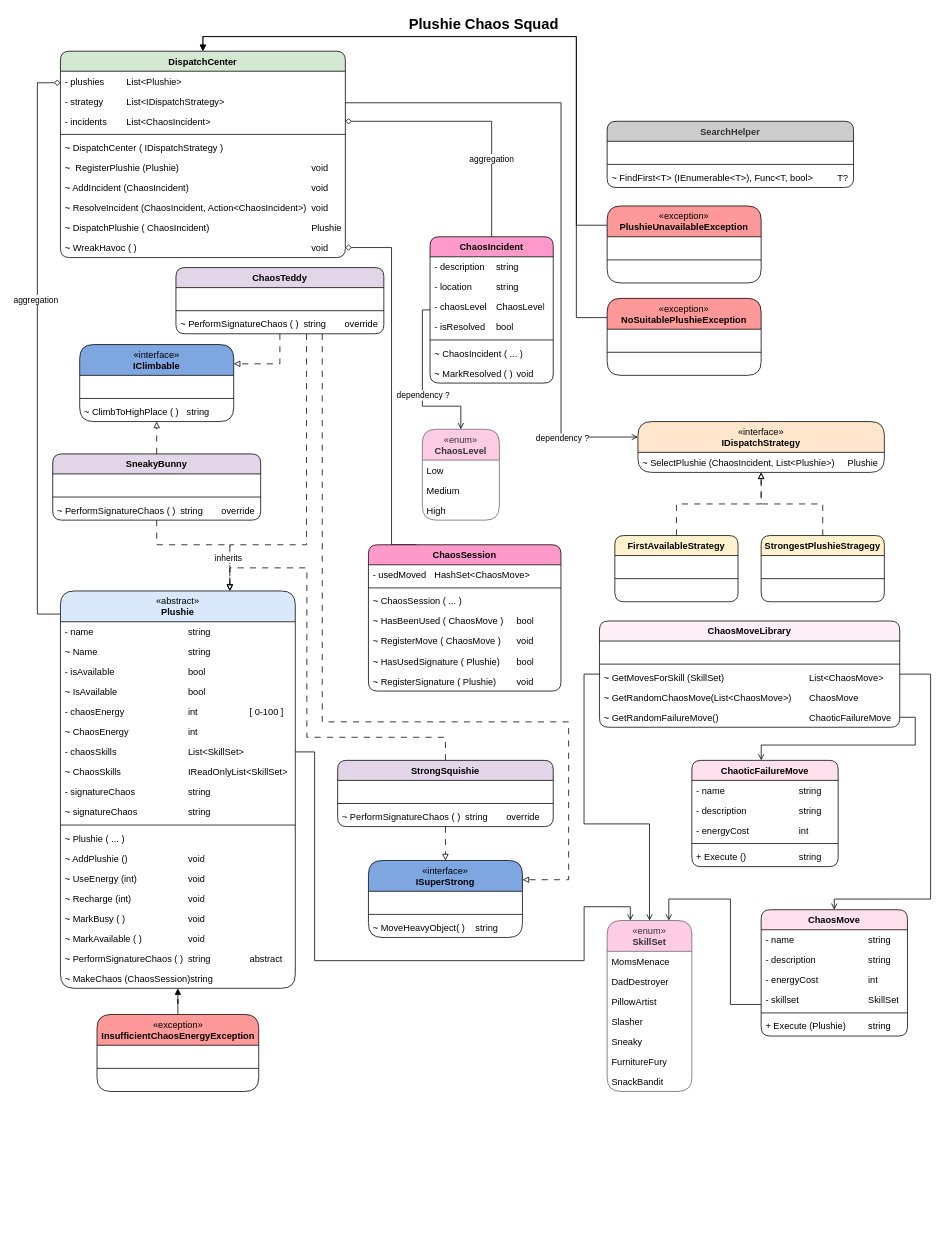
Earlier version of the draw.io diagram Documents/PlushieChaosSquad.drawio (pxxlpxxi/PlushieChaosSquad). Source tidied: cells renumbered, new cells numbered last; positions are measured from the earlier drawing's top-left corner, leaving out a move shared by most shapes. Both pictures are drawn from the tidied source at 77%, with x=0, y=0 at pixel (37, 13).
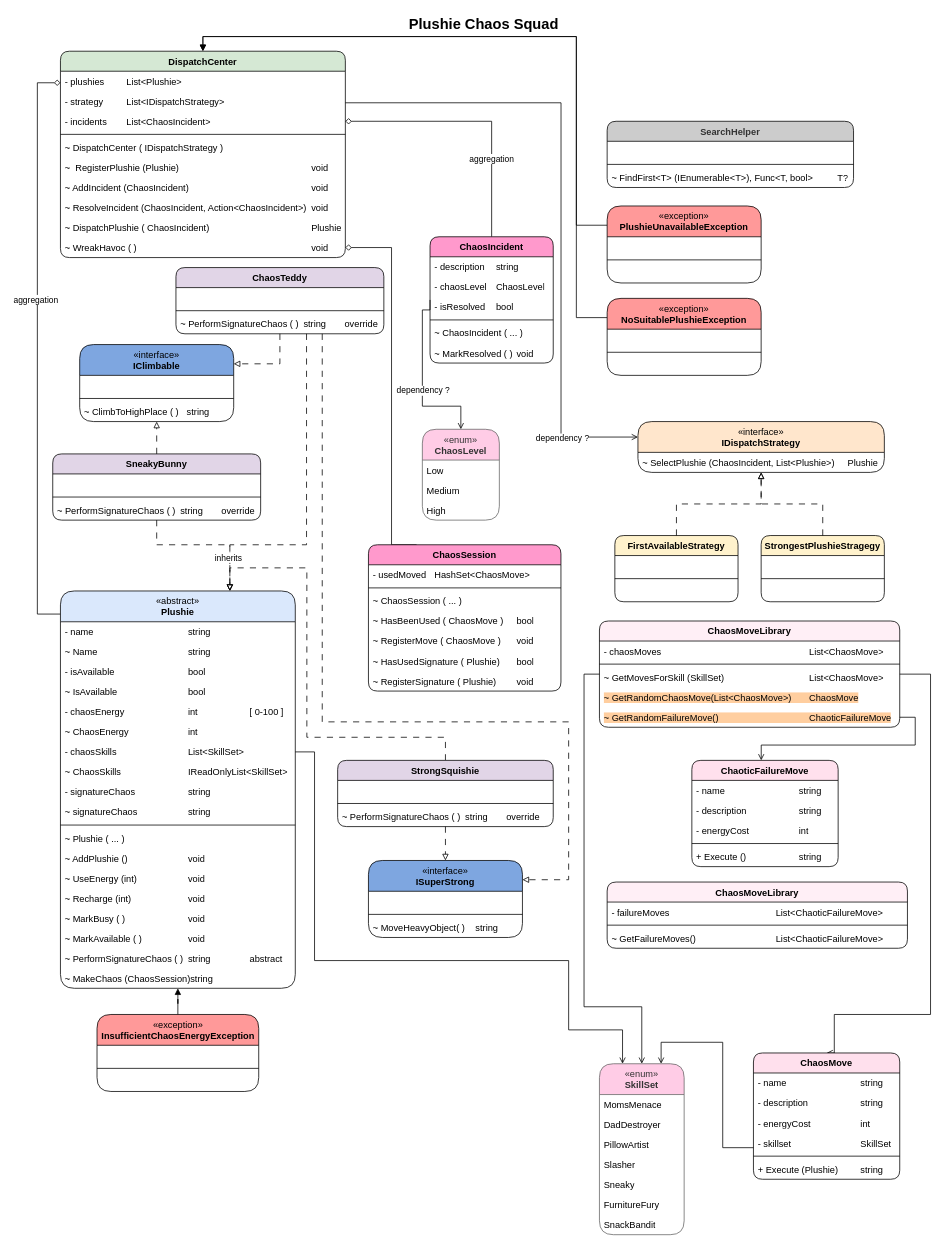
The same page after the edit.

Commit message (it also covers changes not shown here):
Updated UML diagram

The change refers to these unchanged cells:
```xml
<mxCell id="11" value="- chaosSkills&lt;span style=&quot;white-space: pre;&quot;&gt;&#9;&lt;/span&gt;&lt;span style=&quot;white-space: pre;&quot;&gt;&#9;&lt;span style=&quot;white-space: pre;&quot;&gt;&#9;&lt;span style=&quot;white-space: pre;&quot;&gt;&#9;&lt;/span&gt;List&amp;lt;SkillSet&amp;gt;&lt;/span&gt;&lt;/span&gt;" style="text;strokeColor=none;fillColor=none;align=left;verticalAlign=top;spacingLeft=4;spacingRight=4;overflow=hidden;points=[[0,0.5],[1,0.5]];portConstraint=eastwest;whiteSpace=wrap;html=1;" parent="4" vertex="1">
  <mxGeometry y="196" width="305" height="26" as="geometry" />
</mxCell>
<mxCell id="124" value="ChaoticFailureMove" style="swimlane;fontStyle=1;align=center;verticalAlign=top;horizontal=1;startSize=26;whiteSpace=wrap;html=1;rounded=1;fillColor=#FFE0ED;strokeColor=#000000;" parent="1" vertex="1">
  <mxGeometry x="850" y="970" width="190" height="138" as="geometry" />
</mxCell>
<mxCell id="132" value="ChaosMoveLibrary" style="swimlane;fontStyle=1;align=center;verticalAlign=top;horizontal=1;startSize=26;whiteSpace=wrap;html=1;rounded=1;fillColor=#FFEFF6;strokeColor=#000000;" parent="1" vertex="1">
  <mxGeometry x="730" y="789" width="390" height="138" as="geometry" />
</mxCell>
```

Diff of the diagram source:
```diff
@@
     <mxCell id="53" value="ChaosIncident" style="swimlane;fontStyle=1;align=center;verticalAlign=top;horizontal=1;startSize=26;whiteSpace=wrap;html=1;rounded=1;fillColor=#FF99CC;strokeColor=#000000;" parent="1" vertex="1">
-      <mxGeometry x="510" y="290" width="160" height="190" as="geometry" />
+      <mxGeometry x="510" y="290" width="160" height="164" as="geometry" />
     </mxCell>
@@
-    <mxCell id="55" value="- location&lt;span style=&quot;white-space: pre;&quot;&gt;&#9;&lt;/span&gt;&lt;span style=&quot;white-space: pre;&quot;&gt;&#9;&lt;/span&gt;string" style="text;strokeColor=none;fillColor=none;align=left;verticalAlign=top;spacingLeft=4;spacingRight=4;overflow=hidden;whiteSpace=wrap;html=1;" parent="53" vertex="1">
-      <mxGeometry y="52" width="160" height="26" as="geometry" />
-    </mxCell>
     <mxCell id="56" value="- chaosLevel&lt;span style=&quot;white-space: pre;&quot;&gt;&#9;&lt;/span&gt;ChaosLevel" style="text;strokeColor=none;fillColor=none;align=left;verticalAlign=top;spacingLeft=4;spacingRight=4;overflow=hidden;whiteSpace=wrap;html=1;" parent="53" vertex="1">
-      <mxGeometry y="78" width="160" height="26" as="geometry" />
+      <mxGeometry y="52" width="160" height="26" as="geometry" />
     </mxCell>
     <mxCell id="57" value="- isResolved&lt;span style=&quot;white-space: pre;&quot;&gt;&#9;&lt;/span&gt;bool" style="text;strokeColor=none;fillColor=none;align=left;verticalAlign=top;spacingLeft=4;spacingRight=4;overflow=hidden;whiteSpace=wrap;html=1;" parent="53" vertex="1">
-      <mxGeometry y="104" width="160" height="26" as="geometry" />
+      <mxGeometry y="78" width="160" height="26" as="geometry" />
     </mxCell>
     <mxCell id="58" style="line;strokeWidth=1;fillColor=none;align=left;verticalAlign=middle;spacingTop=-1;spacingLeft=3;spacingRight=3;labelPosition=right;strokeColor=inherit;" parent="53" vertex="1">
-      <mxGeometry y="130" width="160" height="8" as="geometry" />
+      <mxGeometry y="104" width="160" height="8" as="geometry" />
     </mxCell>
     <mxCell id="59" value="~ ChaosIncident ( ... )" style="text;strokeColor=none;fillColor=none;align=left;verticalAlign=top;spacingLeft=4;spacingRight=4;overflow=hidden;whiteSpace=wrap;html=1;" parent="53" vertex="1">
-      <mxGeometry y="138" width="160" height="26" as="geometry" />
+      <mxGeometry y="112" width="160" height="26" as="geometry" />
     </mxCell>
     <mxCell id="60" value="~ MarkResolved ( )&lt;span style=&quot;white-space: pre;&quot;&gt;&#9;&lt;/span&gt;void" style="text;strokeColor=none;fillColor=none;align=left;verticalAlign=top;spacingLeft=4;spacingRight=4;overflow=hidden;whiteSpace=wrap;html=1;" parent="53" vertex="1">
-      <mxGeometry y="164" width="160" height="26" as="geometry" />
+      <mxGeometry y="138" width="160" height="26" as="geometry" />
     </mxCell>
@@
     <mxCell id="100" style="edgeStyle=orthogonalEdgeStyle;rounded=0;jettySize=auto;html=1;exitX=1;exitY=0.5;exitDx=0;exitDy=0;endArrow=open;endFill=0;" parent="1" edge="1" source="11" target="138">
       <mxGeometry relative="1" as="geometry">
         <Array as="points">
-          <mxPoint x="360.1" y="959" />
-          <mxPoint x="360.1" y="1230.1" />
-          <mxPoint x="710.1" y="1230.1" />
-          <mxPoint x="710.1" y="1160.1" />
-          <mxPoint x="770.1" y="1160.1" />
+          <mxPoint x="360" y="959" />
+          <mxPoint x="360" y="1230" />
+          <mxPoint x="690" y="1230" />
+          <mxPoint x="690" y="1320" />
+          <mxPoint x="760" y="1320" />
         </Array>
       </mxGeometry>
     </mxCell>
@@
     <mxCell id="130" style="edgeStyle=orthogonalEdgeStyle;rounded=0;jettySize=auto;html=1;exitX=0;exitY=0.5;exitDx=0;exitDy=0;endArrow=open;endFill=0;" parent="1" edge="1" source="132" target="138">
-      <mxGeometry relative="1" as="geometry" />
+      <mxGeometry relative="1" as="geometry">
+        <Array as="points">
+          <mxPoint x="710" y="858" />
+          <mxPoint x="710" y="1290" />
+          <mxPoint x="785" y="1290" />
+        </Array>
+      </mxGeometry>
     </mxCell>
     <mxCell id="131" style="edgeStyle=orthogonalEdgeStyle;rounded=0;jettySize=auto;html=1;exitX=1;exitY=0.5;exitDx=0;exitDy=0;entryX=0.5;entryY=0;entryDx=0;entryDy=0;endArrow=open;endFill=0;" parent="1" edge="1" source="132" target="146">
       <mxGeometry relative="1" as="geometry">
         <Array as="points">
-          <mxPoint x="1160.1" y="858.1" />
-          <mxPoint x="1160.1" y="1150.1" />
-          <mxPoint x="1035" y="1150.1" />
+          <mxPoint x="1160" y="858" />
+          <mxPoint x="1160" y="1300" />
+          <mxPoint x="1035" y="1300" />
+          <mxPoint x="1035" y="1350" />
         </Array>
       </mxGeometry>
     </mxCell>
@@
-    <mxCell id="133" value="&lt;div&gt;&lt;br&gt;&lt;/div&gt;" style="text;strokeColor=none;fillColor=none;align=left;verticalAlign=top;spacingLeft=4;spacingRight=4;overflow=hidden;whiteSpace=wrap;html=1;" parent="132" vertex="1">
+    <mxCell id="133" value="&lt;div&gt;- chaosMoves&lt;span style=&quot;white-space: pre;&quot;&gt;&#9;&lt;/span&gt;&lt;span style=&quot;white-space: pre;&quot;&gt;&#9;&lt;/span&gt;&lt;span style=&quot;white-space: pre;&quot;&gt;&#9;&lt;/span&gt;&lt;span style=&quot;white-space: pre;&quot;&gt;&#9;&lt;/span&gt;&lt;span style=&quot;white-space: pre;&quot;&gt;&#9;&lt;/span&gt;&lt;span style=&quot;white-space: pre;&quot;&gt;&#9;&lt;/span&gt;&lt;span style=&quot;white-space: pre;&quot;&gt;&#9;&lt;/span&gt;&lt;span style=&quot;white-space: pre;&quot;&gt;&#9;&lt;/span&gt;List&amp;lt;ChaosMove&amp;gt;&lt;/div&gt;" style="text;strokeColor=none;fillColor=none;align=left;verticalAlign=top;spacingLeft=4;spacingRight=4;overflow=hidden;whiteSpace=wrap;html=1;" parent="132" vertex="1">
       <mxGeometry y="26" width="390" height="26" as="geometry" />
     </mxCell>
@@
-    <mxCell id="136" value="~ GetRandomChaosMove(List&amp;lt;ChaosMove&amp;gt;)&lt;span style=&quot;background-color: transparent; color: light-dark(rgb(0, 0, 0), rgb(255, 255, 255)); white-space: pre;&quot;&gt;&#9;&lt;/span&gt;&lt;span style=&quot;background-color: transparent; color: light-dark(rgb(0, 0, 0), rgb(255, 255, 255));&quot;&gt;ChaosMove&lt;/span&gt;" style="text;strokeColor=none;fillColor=none;align=left;verticalAlign=top;spacingLeft=4;spacingRight=4;overflow=hidden;whiteSpace=wrap;html=1;" parent="132" vertex="1">
+    <mxCell id="136" value="~ GetRandomChaosMove(List&amp;lt;ChaosMove&amp;gt;)&lt;span style=&quot;color: light-dark(rgb(0, 0, 0), rgb(255, 255, 255)); white-space: pre;&quot;&gt;&#9;&lt;/span&gt;&lt;span style=&quot;color: light-dark(rgb(0, 0, 0), rgb(255, 255, 255));&quot;&gt;ChaosMove&lt;/span&gt;" style="text;strokeColor=none;fillColor=none;align=left;verticalAlign=top;spacingLeft=4;spacingRight=4;overflow=hidden;whiteSpace=wrap;html=1;labelBackgroundColor=#FFCE9F;" parent="132" vertex="1">
       <mxGeometry y="86" width="390" height="26" as="geometry" />
     </mxCell>
-    <mxCell id="137" value="~ GetRandomFailureMove()&lt;span style=&quot;white-space: pre;&quot;&gt;&#9;&lt;/span&gt;&lt;span style=&quot;white-space: pre;&quot;&gt;&lt;span style=&quot;white-space: pre;&quot;&gt;&#9;&lt;/span&gt;&lt;span style=&quot;white-space: pre;&quot;&gt;&#9;&lt;span style=&quot;white-space: pre;&quot;&gt;&#9;&lt;/span&gt;&lt;span style=&quot;white-space: pre;&quot;&gt;&#9;&lt;/span&gt;&lt;/span&gt;&lt;/span&gt;ChaoticFailureMove" style="text;strokeColor=none;fillColor=none;align=left;verticalAlign=top;spacingLeft=4;spacingRight=4;overflow=hidden;points=[[0,0.5],[1,0.5]];portConstraint=eastwest;whiteSpace=wrap;html=1;" parent="132" vertex="1">
+    <mxCell id="137" value="~ GetRandomFailureMove()&lt;span style=&quot;white-space: pre;&quot;&gt;&#9;&lt;/span&gt;&lt;span style=&quot;white-space: pre;&quot;&gt;&lt;span style=&quot;white-space: pre;&quot;&gt;&#9;&lt;/span&gt;&lt;span style=&quot;white-space: pre;&quot;&gt;&#9;&lt;span style=&quot;white-space: pre;&quot;&gt;&#9;&lt;/span&gt;&lt;span style=&quot;white-space: pre;&quot;&gt;&#9;&lt;/span&gt;&lt;/span&gt;&lt;/span&gt;ChaoticFailureMove" style="text;strokeColor=none;fillColor=none;align=left;verticalAlign=top;spacingLeft=4;spacingRight=4;overflow=hidden;points=[[0,0.5],[1,0.5]];portConstraint=eastwest;whiteSpace=wrap;html=1;labelBackgroundColor=#FFCE9F;" parent="132" vertex="1">
       <mxGeometry y="112" width="390" height="26" as="geometry" />
     </mxCell>
+    <mxCell id="154" style="edgeStyle=orthogonalEdgeStyle;rounded=0;jettySize=auto;html=1;exitX=1;exitY=0.5;exitDx=0;exitDy=0;endArrow=open;endFill=0;" parent="1" edge="1" source="137" target="124">
+      <mxGeometry relative="1" as="geometry">
+        <Array as="points">
+          <mxPoint x="1140.1" y="914.1" />
+          <mxPoint x="1140.1" y="950.1" />
+          <mxPoint x="940.1" y="950.1" />
+        </Array>
+      </mxGeometry>
+    </mxCell>
+    <mxCell id="155" style="group;" parent="1" vertex="1">
+      <mxGeometry x="730" y="1350" width="390" height="236" as="geometry" />
+    </mxCell>
-    <mxCell id="138" value="&lt;font face=&quot;Helvetica&quot;&gt;&lt;span style=&quot;font-weight: 400;&quot;&gt;«enum»&lt;/span&gt;&lt;br style=&quot;font-weight: 400;&quot;&gt;SkillSet&lt;/font&gt;" style="swimlane;fontStyle=1;align=center;verticalAlign=top;horizontal=1;startSize=40;html=1;rounded=1;fillColor=#FFCCE6;strokeColor=#666666;whiteSpace=wrap;fontColor=#333333;" parent="1" vertex="1">
-      <mxGeometry x="740" y="1178" width="110" height="222" as="geometry" />
+    <mxCell id="138" value="&lt;font face=&quot;Helvetica&quot;&gt;&lt;span style=&quot;font-weight: 400;&quot;&gt;«enum»&lt;/span&gt;&lt;br style=&quot;font-weight: 400;&quot;&gt;SkillSet&lt;/font&gt;" style="swimlane;fontStyle=1;align=center;verticalAlign=top;horizontal=1;startSize=40;html=1;rounded=1;fillColor=#FFCCE6;strokeColor=#666666;whiteSpace=wrap;fontColor=#333333;" parent="155" vertex="1">
+      <mxGeometry y="14" width="110" height="222" as="geometry" />
     </mxCell>
@@
-    <mxCell id="146" value="ChaosMove" style="swimlane;fontStyle=1;align=center;verticalAlign=top;horizontal=1;startSize=26;whiteSpace=wrap;html=1;rounded=1;fillColor=#FFE0ED;strokeColor=#000000;" parent="1" vertex="1">
-      <mxGeometry x="940" y="1164" width="190" height="164" as="geometry" />
+    <mxCell id="146" value="ChaosMove" style="swimlane;fontStyle=1;align=center;verticalAlign=top;horizontal=1;startSize=26;whiteSpace=wrap;html=1;rounded=1;fillColor=#FFE0ED;strokeColor=#000000;" parent="155" vertex="1">
+      <mxGeometry x="200" width="190" height="164" as="geometry" />
     </mxCell>
@@
-    <mxCell id="153" style="edgeStyle=orthogonalEdgeStyle;rounded=0;jettySize=auto;html=1;exitX=0;exitY=0.75;exitDx=0;exitDy=0;endArrow=open;endFill=0;" parent="1" edge="1" source="146" target="138">
+    <mxCell id="153" style="edgeStyle=orthogonalEdgeStyle;rounded=0;jettySize=auto;html=1;exitX=0;exitY=0.75;exitDx=0;exitDy=0;endArrow=open;endFill=0;" parent="155" edge="1" source="146" target="138">
       <mxGeometry relative="1" as="geometry">
         <Array as="points">
-          <mxPoint x="900.1" y="1287" />
-          <mxPoint x="900.1" y="1150.1" />
-          <mxPoint x="820.1" y="1150.1" />
+          <mxPoint x="160.1" y="123" />
+          <mxPoint x="160.1" y="-13.9" />
+          <mxPoint x="80.1" y="-13.9" />
         </Array>
       </mxGeometry>
     </mxCell>
-    <mxCell id="154" style="edgeStyle=orthogonalEdgeStyle;rounded=0;jettySize=auto;html=1;exitX=1;exitY=0.5;exitDx=0;exitDy=0;endArrow=open;endFill=0;" parent="1" edge="1" source="137" target="124">
-      <mxGeometry relative="1" as="geometry">
-        <Array as="points">
-          <mxPoint x="1140.1" y="914.1" />
-          <mxPoint x="1140.1" y="950.1" />
-          <mxPoint x="940.1" y="950.1" />
-        </Array>
-      </mxGeometry>
-    </mxCell>
+    <mxCell id="156" value="ChaosMoveLibrary" style="swimlane;fontStyle=1;align=center;verticalAlign=top;horizontal=1;startSize=26;whiteSpace=wrap;html=1;rounded=1;fillColor=#FFEFF6;strokeColor=#000000;" parent="1" vertex="1">
+      <mxGeometry x="740" y="1128" width="390" height="86" as="geometry" />
+    </mxCell>
+    <mxCell id="157" value="&lt;div&gt;- failureMoves&lt;span style=&quot;white-space: pre;&quot;&gt;&#9;&lt;/span&gt;&lt;span style=&quot;white-space: pre;&quot;&gt;&#9;&lt;/span&gt;&lt;span style=&quot;white-space: pre;&quot;&gt;&#9;&lt;/span&gt;&lt;span style=&quot;white-space: pre;&quot;&gt;&#9;&lt;/span&gt;&lt;span style=&quot;white-space: pre;&quot;&gt;&#9;&lt;/span&gt;&lt;span style=&quot;white-space: pre;&quot;&gt;&#9;&lt;/span&gt;List&amp;lt;ChaoticFailureMove&amp;gt;&lt;/div&gt;" style="text;strokeColor=none;fillColor=none;align=left;verticalAlign=top;spacingLeft=4;spacingRight=4;overflow=hidden;whiteSpace=wrap;html=1;" parent="156" vertex="1">
+      <mxGeometry y="26" width="390" height="26" as="geometry" />
+    </mxCell>
+    <mxCell id="158" style="line;strokeWidth=1;fillColor=none;align=left;verticalAlign=middle;spacingTop=-1;spacingLeft=3;spacingRight=3;labelPosition=right;strokeColor=inherit;" parent="156" vertex="1">
+      <mxGeometry y="52" width="390" height="8" as="geometry" />
+    </mxCell>
+    <mxCell id="159" value="~ GetFailureMoves()&lt;span style=&quot;white-space: pre;&quot;&gt;&#9;&lt;/span&gt;&lt;span style=&quot;white-space: pre;&quot;&gt;&lt;span style=&quot;white-space: pre;&quot;&gt;&#9;&lt;/span&gt;&lt;span style=&quot;white-space: pre;&quot;&gt;&#9;&lt;span style=&quot;white-space: pre;&quot;&gt;&#9;&lt;/span&gt;L&lt;/span&gt;ist&amp;lt;ChaoticF&lt;/span&gt;ailureMove&amp;gt;" style="text;strokeColor=none;fillColor=none;align=left;verticalAlign=top;spacingLeft=4;spacingRight=4;overflow=hidden;whiteSpace=wrap;html=1;" parent="156" vertex="1">
+      <mxGeometry y="60" width="390" height="26" as="geometry" />
+    </mxCell>
```
